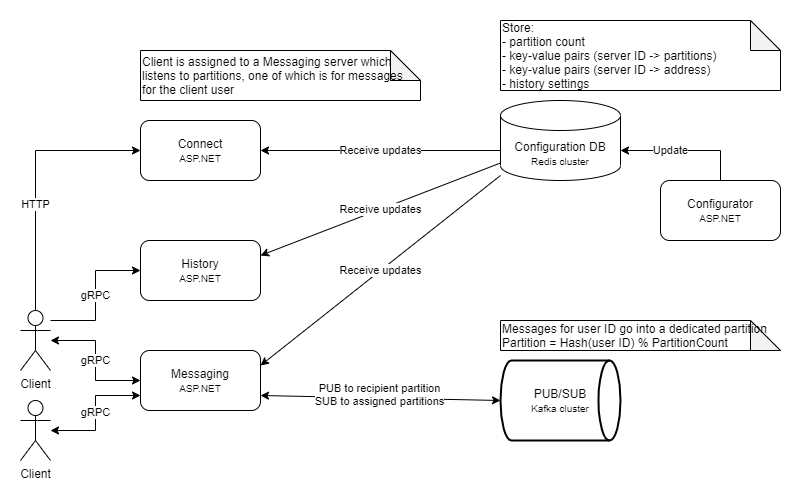
This is docs/images/cecochat-05-configuration.png from cvetomir-todorov/CecoChat, a draw.io export, as it was before one commit. Source tidied: cells renumbered, new cells last; positions are measured from the earlier drawing's top-left corner, leaving out a move shared by most shapes.
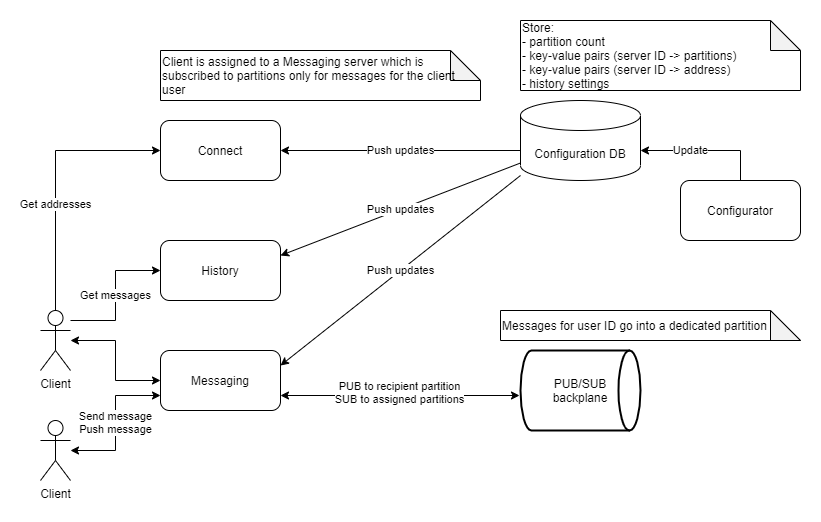
The same file after the commit.

The edit, as a diff of the source:
```diff
@@ -2,17 +2,17 @@
   <root>
     <mxCell id="0" />
     <mxCell id="1" parent="0" />
-    <mxCell id="2" value="gRPC" style="edgeStyle=orthogonalEdgeStyle;rounded=0;jettySize=auto;html=1;entryX=0;entryY=0.5;entryDx=0;entryDy=0;startArrow=classic;startFill=1;" parent="1" edge="1" source="5" target="9">
+    <mxCell id="2" style="edgeStyle=orthogonalEdgeStyle;rounded=0;jettySize=auto;html=1;entryX=0;entryY=0.5;entryDx=0;entryDy=0;startArrow=classic;startFill=1;" parent="1" edge="1" source="5" target="9">
       <mxGeometry relative="1" as="geometry" />
     </mxCell>
-    <mxCell id="3" value="HTTP" style="edgeStyle=orthogonalEdgeStyle;rounded=0;jettySize=auto;html=1;entryX=0;entryY=0.5;entryDx=0;entryDy=0;" parent="1" edge="1" source="5" target="12">
+    <mxCell id="3" value="Get addresses" style="edgeStyle=orthogonalEdgeStyle;rounded=0;jettySize=auto;html=1;entryX=0;entryY=0.5;entryDx=0;entryDy=0;" parent="1" edge="1" source="5" target="12">
       <mxGeometry x="-0.2" relative="1" as="geometry">
         <Array as="points">
           <mxPoint x="15" y="130" />
         </Array>
       </mxGeometry>
     </mxCell>
-    <mxCell id="4" value="gRPC" style="edgeStyle=orthogonalEdgeStyle;rounded=0;jettySize=auto;html=1;entryX=0;entryY=0.5;entryDx=0;entryDy=0;" parent="1" edge="1" source="5" target="20">
+    <mxCell id="4" value="Get messages" style="edgeStyle=orthogonalEdgeStyle;rounded=0;jettySize=auto;html=1;entryX=0;entryY=0.5;entryDx=0;entryDy=0;" parent="1" edge="1" source="5" target="20">
       <mxGeometry relative="1" as="geometry">
         <Array as="points">
           <mxPoint x="75" y="300" />
@@ -23,24 +23,25 @@
     <mxCell id="5" value="Client" style="shape=umlActor;verticalLabelPosition=bottom;verticalAlign=top;html=1;outlineConnect=0;" parent="1" vertex="1">
       <mxGeometry y="290" width="30" height="60" as="geometry" />
     </mxCell>
-    <mxCell id="6" value="gRPC" style="edgeStyle=orthogonalEdgeStyle;rounded=0;jettySize=auto;html=1;entryX=0;entryY=0.75;entryDx=0;entryDy=0;startArrow=classic;startFill=1;" parent="1" edge="1" source="7" target="9">
+    <mxCell id="6" value="Send message&lt;br&gt;Push message" style="edgeStyle=orthogonalEdgeStyle;rounded=0;jettySize=auto;html=1;entryX=0;entryY=0.75;entryDx=0;entryDy=0;startArrow=classic;startFill=1;" parent="1" edge="1" source="7" target="9">
       <mxGeometry relative="1" as="geometry" />
     </mxCell>
     <mxCell id="7" value="Client" style="shape=umlActor;verticalLabelPosition=bottom;verticalAlign=top;html=1;outlineConnect=0;" parent="1" vertex="1">
-      <mxGeometry y="380" width="30" height="60" as="geometry" />
+      <mxGeometry y="400" width="30" height="60" as="geometry" />
     </mxCell>
-    <mxCell id="8" value="PUB to recipient partition&lt;br&gt;&lt;div&gt;SUB to assigned partitions&lt;/div&gt;" style="rounded=0;jettySize=auto;html=1;entryX=0;entryY=0.5;entryDx=0;entryDy=0;entryPerimeter=0;startArrow=classic;startFill=1;exitX=1;exitY=0.75;exitDx=0;exitDy=0;" parent="1" edge="1" source="9" target="10">
+    <mxCell id="8" value="PUB to recipient partition&lt;br&gt;&lt;div&gt;SUB to assigned partitions&lt;/div&gt;" style="rounded=0;jettySize=auto;html=1;startArrow=classic;startFill=1;exitX=1;exitY=0.75;exitDx=0;exitDy=0;" parent="1" edge="1" source="9">
       <mxGeometry y="2" relative="1" as="geometry">
+        <mxPoint x="479" y="375" as="targetPoint" />
         <mxPoint y="-1" as="offset" />
       </mxGeometry>
     </mxCell>
-    <mxCell id="9" value="&lt;font style=&quot;font-size: 12px&quot;&gt;Messaging&lt;/font&gt;&lt;br&gt;&lt;font style=&quot;font-size: 10px&quot;&gt;ASP.NET&lt;/font&gt;" style="rounded=1;whiteSpace=wrap;html=1;" parent="1" vertex="1">
+    <mxCell id="9" value="&lt;font style=&quot;font-size: 12px&quot;&gt;Messaging&lt;/font&gt;" style="rounded=1;whiteSpace=wrap;html=1;" parent="1" vertex="1">
       <mxGeometry x="120" y="330" width="120" height="60" as="geometry" />
     </mxCell>
-    <mxCell id="10" value="PUB/SUB&lt;br&gt;&lt;font style=&quot;font-size: 10px&quot;&gt;Kafka cluster&lt;/font&gt;" style="strokeWidth=2;html=1;shape=mxgraph.flowchart.direct_data;whiteSpace=wrap;" parent="1" vertex="1">
-      <mxGeometry x="480" y="340" width="120" height="80" as="geometry" />
+    <mxCell id="10" value="PUB/SUB&lt;br&gt;backplane" style="strokeWidth=2;html=1;shape=mxgraph.flowchart.direct_data;whiteSpace=wrap;" parent="1" vertex="1">
+      <mxGeometry x="480" y="330" width="120" height="80" as="geometry" />
     </mxCell>
-    <mxCell id="11" value="Receive updates" style="edgeStyle=orthogonalEdgeStyle;rounded=0;jettySize=auto;html=1;entryX=0;entryY=0.5;entryDx=0;entryDy=0;entryPerimeter=0;exitX=1;exitY=0.5;exitDx=0;exitDy=0;startArrow=classic;startFill=1;endArrow=none;endFill=0;" parent="1" edge="1" source="12">
+    <mxCell id="11" value="Push updates" style="edgeStyle=orthogonalEdgeStyle;rounded=0;jettySize=auto;html=1;entryX=0;entryY=0.5;entryDx=0;entryDy=0;entryPerimeter=0;exitX=1;exitY=0.5;exitDx=0;exitDy=0;startArrow=classic;startFill=1;endArrow=none;endFill=0;" parent="1" edge="1" source="12">
       <mxGeometry relative="1" as="geometry">
         <mxPoint x="480" y="130" as="targetPoint" />
         <Array as="points">
@@ -49,7 +50,7 @@
         </Array>
       </mxGeometry>
     </mxCell>
-    <mxCell id="12" value="&lt;font style=&quot;font-size: 12px&quot;&gt;Connect&lt;/font&gt;&lt;br&gt;&lt;font style=&quot;font-size: 10px&quot;&gt;ASP.NET&lt;/font&gt;" style="rounded=1;whiteSpace=wrap;html=1;" parent="1" vertex="1">
+    <mxCell id="12" value="&lt;font style=&quot;font-size: 12px&quot;&gt;Connect&lt;/font&gt;" style="rounded=1;whiteSpace=wrap;html=1;" parent="1" vertex="1">
       <mxGeometry x="120" y="100" width="120" height="60" as="geometry" />
     </mxCell>
     <mxCell id="13" value="Update" style="edgeStyle=orthogonalEdgeStyle;rounded=0;jettySize=auto;html=1;entryX=1;entryY=0.5;entryDx=0;entryDy=0;entryPerimeter=0;exitX=0.5;exitY=0;exitDx=0;exitDy=0;" parent="1" edge="1" source="14">
@@ -60,30 +61,30 @@
         </Array>
       </mxGeometry>
     </mxCell>
-    <mxCell id="14" value="Configurator&lt;br&gt;&lt;font style=&quot;font-size: 10px&quot;&gt;ASP.NET&lt;/font&gt;" style="rounded=1;whiteSpace=wrap;html=1;" parent="1" vertex="1">
+    <mxCell id="14" value="Configurator" style="rounded=1;whiteSpace=wrap;html=1;" parent="1" vertex="1">
       <mxGeometry x="640" y="160" width="120" height="60" as="geometry" />
     </mxCell>
-    <mxCell id="15" value="Receive updates" style="endArrow=classic;html=1;exitX=0;exitY=1;exitDx=0;exitDy=-15;entryX=1;entryY=0.25;entryDx=0;entryDy=0;exitPerimeter=0;" parent="1" edge="1" target="9">
+    <mxCell id="15" value="Push updates" style="endArrow=classic;html=1;exitX=0;exitY=1;exitDx=0;exitDy=-15;entryX=1;entryY=0.25;entryDx=0;entryDy=0;exitPerimeter=0;" parent="1" edge="1" target="9">
       <mxGeometry relative="1" as="geometry">
         <mxPoint x="480" y="155" as="sourcePoint" />
       </mxGeometry>
     </mxCell>
-    <mxCell id="16" value="Configuration DB&lt;br&gt;&lt;font style=&quot;font-size: 10px&quot;&gt;Redis cluster&lt;/font&gt;" style="shape=cylinder3;whiteSpace=wrap;html=1;boundedLbl=1;backgroundOutline=1;size=15;" parent="1" vertex="1">
+    <mxCell id="16" value="Configuration DB" style="shape=cylinder3;whiteSpace=wrap;html=1;boundedLbl=1;backgroundOutline=1;size=15;" parent="1" vertex="1">
       <mxGeometry x="480" y="80" width="120" height="80" as="geometry" />
     </mxCell>
-    <mxCell id="17" value="Messages for user ID go into a dedicated partition&lt;br&gt;Partition = Hash(user ID) % PartitionCount" style="shape=note;whiteSpace=wrap;html=1;backgroundOutline=1;darkOpacity=0.05;align=left;" parent="1" vertex="1">
-      <mxGeometry x="480" y="300" width="280" height="30" as="geometry" />
+    <mxCell id="17" value="Messages for user ID go into a dedicated partition" style="shape=note;whiteSpace=wrap;html=1;backgroundOutline=1;darkOpacity=0.05;align=left;" parent="1" vertex="1">
+      <mxGeometry x="460" y="290" width="300" height="30" as="geometry" />
     </mxCell>
     <mxCell id="18" value="Store:&lt;br&gt;- partition count&lt;br&gt;- key-value pairs&amp;nbsp;(server ID -&amp;gt; partitions)&lt;br&gt;- key-value pairs&amp;nbsp;(server ID -&amp;gt; address)&lt;br&gt;- history settings" style="shape=note;whiteSpace=wrap;html=1;backgroundOutline=1;darkOpacity=0.05;align=left;" parent="1" vertex="1">
       <mxGeometry x="480" width="280" height="70" as="geometry" />
     </mxCell>
-    <mxCell id="19" value="Client is assigned to a Messaging server which listens to partitions, one of which is for messages for the client user" style="shape=note;whiteSpace=wrap;html=1;backgroundOutline=1;darkOpacity=0.05;align=left;" parent="1" vertex="1">
-      <mxGeometry x="120" y="30" width="280" height="50" as="geometry" />
+    <mxCell id="19" value="Client is assigned to a Messaging server which is subscribed to partitions only for messages for the client user" style="shape=note;whiteSpace=wrap;html=1;backgroundOutline=1;darkOpacity=0.05;align=left;" parent="1" vertex="1">
+      <mxGeometry x="120" y="30" width="320" height="50" as="geometry" />
     </mxCell>
-    <mxCell id="20" value="&lt;font style=&quot;font-size: 12px&quot;&gt;History&lt;/font&gt;&lt;br&gt;&lt;font style=&quot;font-size: 10px&quot;&gt;ASP.NET&lt;/font&gt;" style="rounded=1;whiteSpace=wrap;html=1;" parent="1" vertex="1">
+    <mxCell id="20" value="&lt;font style=&quot;font-size: 12px&quot;&gt;History&lt;/font&gt;" style="rounded=1;whiteSpace=wrap;html=1;" parent="1" vertex="1">
       <mxGeometry x="120" y="220" width="120" height="60" as="geometry" />
     </mxCell>
-    <mxCell id="21" value="Receive updates" style="endArrow=classic;html=1;exitX=0;exitY=0;exitDx=0;exitDy=52.5;entryX=1;entryY=0.25;entryDx=0;entryDy=0;exitPerimeter=0;" parent="1" edge="1" target="20">
+    <mxCell id="21" value="Push updates" style="endArrow=classic;html=1;exitX=0;exitY=0;exitDx=0;exitDy=52.5;entryX=1;entryY=0.25;entryDx=0;entryDy=0;exitPerimeter=0;" parent="1" edge="1" target="20">
       <mxGeometry relative="1" as="geometry">
         <mxPoint x="480" y="142.5" as="sourcePoint" />
       </mxGeometry>
```
